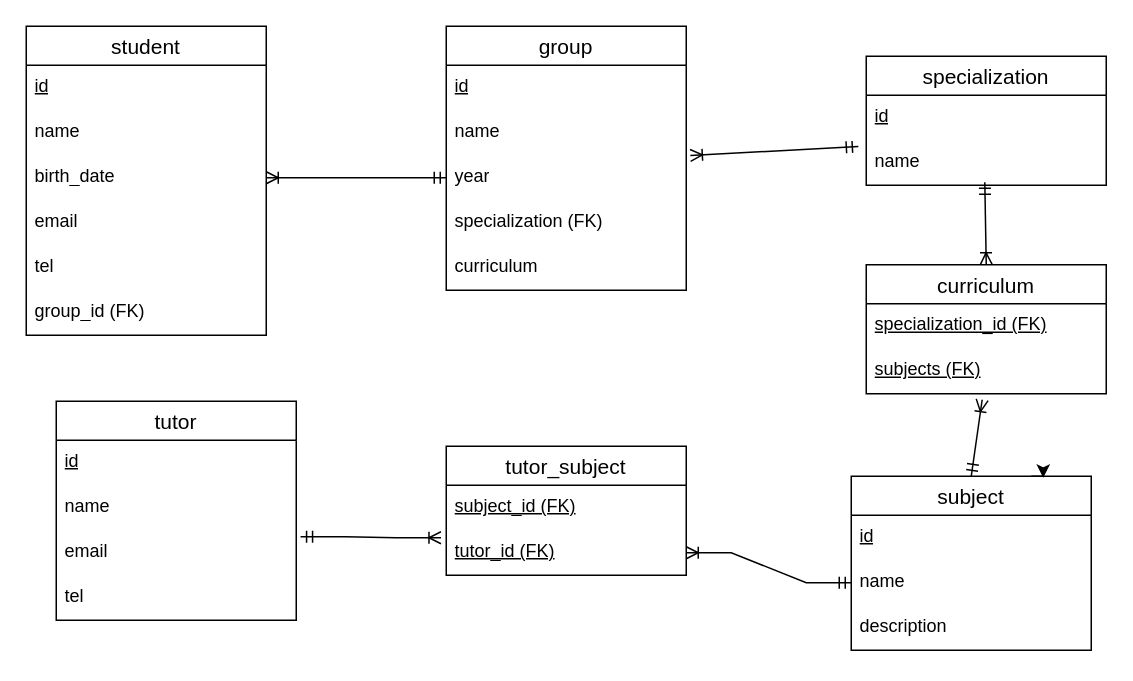
pan7ae/noSQL keeps this draw.io diagram as student.drawio.xml. Above is the earlier version. Source tidied: cells renumbered, new cells numbered last; positions are measured from the earlier drawing's top-left corner, leaving out a move shared by most shapes. Both pictures are drawn from the tidied source at 150%, with x=0, y=0 at pixel (26, 26).
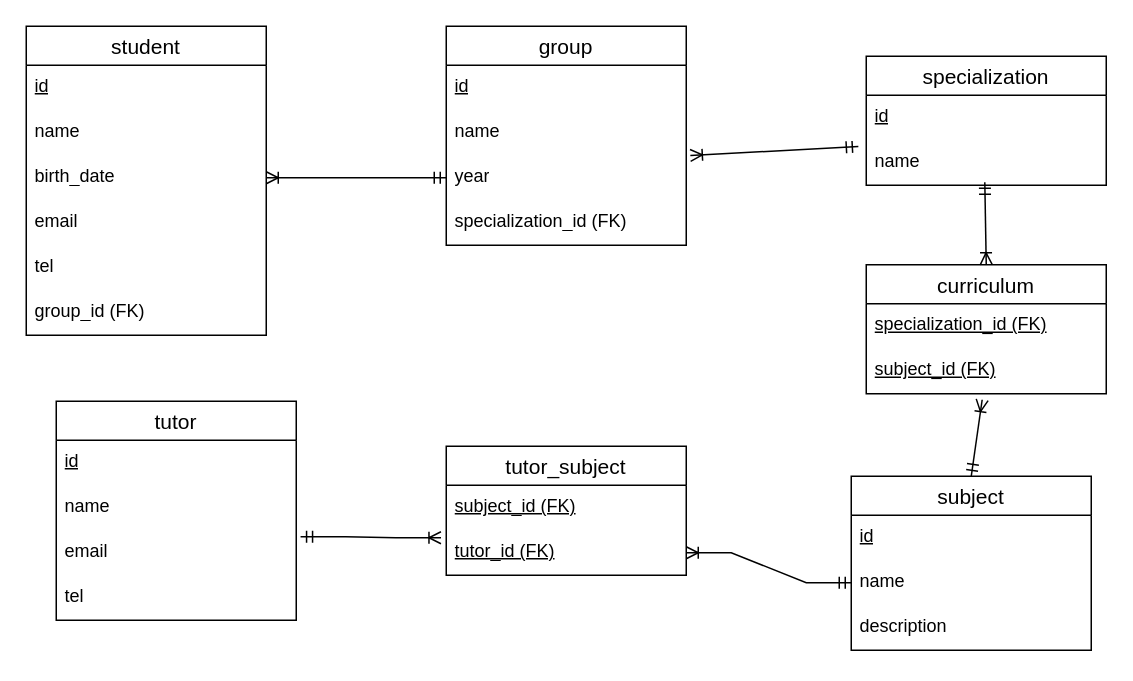
The same page after the edit.

Unchanged cells that the change refers to:
```xml
<mxCell id="15" value="curriculum" style="swimlane;fontStyle=0;horizontal=1;startSize=26;align=center;fontSize=14;" parent="1" vertex="1">
  <mxGeometry x="560" y="159" width="160" height="86" as="geometry" />
</mxCell>
<mxCell id="21" value="subject" style="swimlane;fontStyle=0;horizontal=1;startSize=26;align=center;fontSize=14;" parent="1" vertex="1">
  <mxGeometry x="550" y="300" width="160" height="116" as="geometry" />
</mxCell>
```

The edit, as a diff of the source:
```diff
@@
     <mxCell id="9" value="group" style="swimlane;fontStyle=0;horizontal=1;startSize=26;align=center;fontSize=14;" parent="1" vertex="1">
-      <mxGeometry x="280" width="160" height="176" as="geometry" />
+      <mxGeometry x="280" width="160" height="146" as="geometry" />
     </mxCell>
@@
-    <mxCell id="13" value="specialization (FK)" style="text;strokeColor=none;fillColor=none;spacingLeft=4;spacingRight=4;overflow=hidden;fontSize=12;whiteSpace=wrap;html=1;" parent="9" vertex="1">
+    <mxCell id="13" value="specialization_id (FK)" style="text;strokeColor=none;fillColor=none;spacingLeft=4;spacingRight=4;overflow=hidden;fontSize=12;whiteSpace=wrap;html=1;" parent="9" vertex="1">
       <mxGeometry y="116" width="160" height="30" as="geometry" />
     </mxCell>
-    <mxCell id="14" value="curriculum" style="text;strokeColor=none;fillColor=none;spacingLeft=4;spacingRight=4;overflow=hidden;fontSize=12;whiteSpace=wrap;html=1;" parent="9" vertex="1">
-      <mxGeometry y="146" width="160" height="30" as="geometry" />
-    </mxCell>
@@
-    <mxCell id="17" value="subjects (FK)" style="text;strokeColor=none;fillColor=none;spacingLeft=4;spacingRight=4;overflow=hidden;points=[[0,0.5],[1,0.5]];portConstraint=eastwest;fontSize=12;whiteSpace=wrap;html=1;fontStyle=4;" parent="15" vertex="1">
+    <mxCell id="17" value="subject_id (FK)" style="text;strokeColor=none;fillColor=none;spacingLeft=4;spacingRight=4;overflow=hidden;points=[[0,0.5],[1,0.5]];portConstraint=eastwest;fontSize=12;whiteSpace=wrap;html=1;fontStyle=4;" parent="15" vertex="1">
       <mxGeometry y="56" width="160" height="30" as="geometry" />
     </mxCell>
@@
-    <mxCell id="39" style="edgeStyle=orthogonalEdgeStyle;rounded=0;orthogonalLoop=1;jettySize=auto;html=1;exitX=0.75;exitY=0;exitDx=0;exitDy=0;entryX=0.8;entryY=0.009;entryDx=0;entryDy=0;entryPerimeter=0;" parent="1" edge="1" source="21" target="21">
-      <mxGeometry relative="1" as="geometry" />
-    </mxCell>
```
